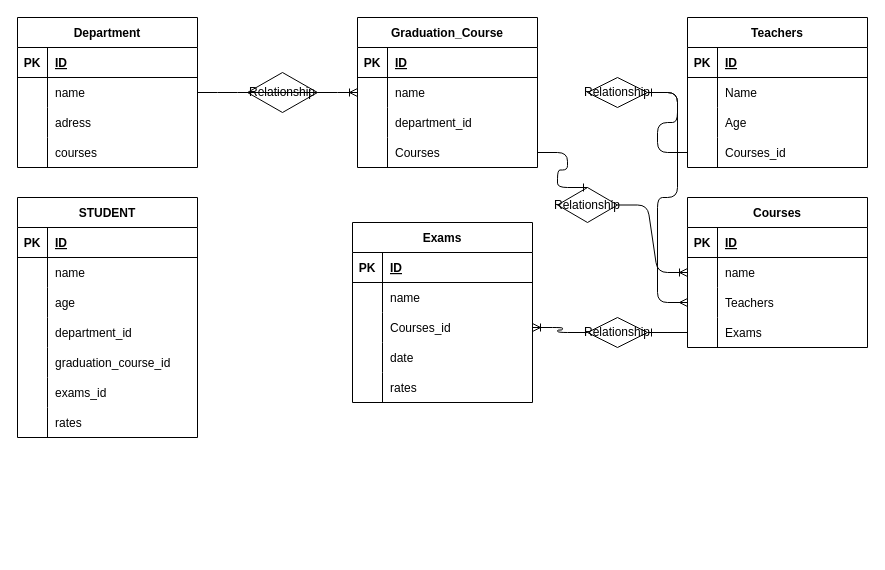
Before: ex.drawio in feffe17/db-university, a draw.io diagram. Source tidied: cells renumbered, new cells numbered last; positions are measured from the earlier drawing's top-left corner, leaving out a move shared by most shapes. Both pictures are drawn from the tidied source at 100%, with x=0, y=0 at pixel (17, 17).
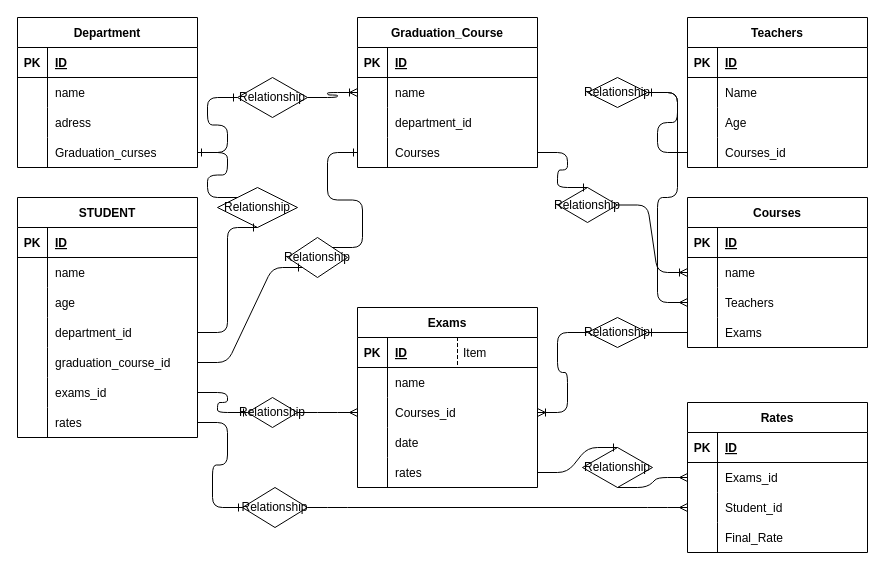
Above is the later version.

Unchanged cells that the change refers to:
```xml
<mxCell id="12" style="shape=tableRow;horizontal=0;startSize=0;swimlaneHead=0;swimlaneBody=0;fillColor=none;points=[[0,0.5],[1,0.5]];portConstraint=eastwest;top=0;left=0;right=0;bottom=0;" parent="2" vertex="1">
  <mxGeometry y="120" width="180" height="30" as="geometry" />
</mxCell>
<mxCell id="15" style="shape=tableRow;horizontal=0;startSize=0;swimlaneHead=0;swimlaneBody=0;fillColor=none;points=[[0,0.5],[1,0.5]];portConstraint=eastwest;top=0;left=0;right=0;bottom=0;" parent="2" vertex="1">
  <mxGeometry y="150" width="180" height="30" as="geometry" />
</mxCell>
<mxCell id="18" style="shape=tableRow;horizontal=0;startSize=0;swimlaneHead=0;swimlaneBody=0;fillColor=none;points=[[0,0.5],[1,0.5]];portConstraint=eastwest;top=0;left=0;right=0;bottom=0;" parent="2" vertex="1">
  <mxGeometry y="180" width="180" height="30" as="geometry" />
</mxCell>
<mxCell id="21" style="shape=tableRow;horizontal=0;startSize=0;swimlaneHead=0;swimlaneBody=0;fillColor=none;points=[[0,0.5],[1,0.5]];portConstraint=eastwest;top=0;left=0;right=0;bottom=0;" parent="2" vertex="1">
  <mxGeometry y="210" width="180" height="30" as="geometry" />
</mxCell>
<mxCell id="28" style="shape=tableRow;horizontal=0;startSize=0;swimlaneHead=0;swimlaneBody=0;fillColor=none;points=[[0,0.5],[1,0.5]];portConstraint=eastwest;top=0;left=0;right=0;bottom=0;" parent="24" vertex="1">
  <mxGeometry y="60" width="180" height="30" as="geometry" />
</mxCell>
<mxCell id="34" style="shape=tableRow;horizontal=0;startSize=0;swimlaneHead=0;swimlaneBody=0;fillColor=none;points=[[0,0.5],[1,0.5]];portConstraint=eastwest;top=0;left=0;right=0;bottom=0;" parent="24" vertex="1">
  <mxGeometry y="120" width="180" height="30" as="geometry" />
</mxCell>
<mxCell id="41" style="shape=tableRow;horizontal=0;startSize=0;swimlaneHead=0;swimlaneBody=0;fillColor=none;points=[[0,0.5],[1,0.5]];portConstraint=eastwest;top=0;left=0;right=0;bottom=0;" parent="37" vertex="1">
  <mxGeometry y="60" width="180" height="30" as="geometry" />
</mxCell>
<mxCell id="47" style="shape=tableRow;horizontal=0;startSize=0;swimlaneHead=0;swimlaneBody=0;fillColor=none;points=[[0,0.5],[1,0.5]];portConstraint=eastwest;top=0;left=0;right=0;bottom=0;" parent="37" vertex="1">
  <mxGeometry y="120" width="180" height="30" as="geometry" />
</mxCell>
<mxCell id="91" style="shape=tableRow;horizontal=0;startSize=0;swimlaneHead=0;swimlaneBody=0;fillColor=none;points=[[0,0.5],[1,0.5]];portConstraint=eastwest;top=0;left=0;right=0;bottom=0;" parent="84" vertex="1">
  <mxGeometry y="90" width="180" height="30" as="geometry" />
</mxCell>
<mxCell id="97" style="shape=tableRow;horizontal=0;startSize=0;swimlaneHead=0;swimlaneBody=0;fillColor=none;points=[[0,0.5],[1,0.5]];portConstraint=eastwest;top=0;left=0;right=0;bottom=0;" parent="84" vertex="1">
  <mxGeometry y="150" width="180" height="30" as="geometry" />
</mxCell>
```

What changed in the source:
```diff
@@
-    <mxCell id="36" value="courses" style="shape=partialRectangle;fillColor=none;top=0;left=0;bottom=0;right=0;align=left;spacingLeft=6;overflow=hidden;" parent="34" vertex="1">
+    <mxCell id="36" value="Graduation_curses" style="shape=partialRectangle;fillColor=none;top=0;left=0;bottom=0;right=0;align=left;spacingLeft=6;overflow=hidden;" parent="34" vertex="1">
       <mxGeometry x="30" width="150" height="30" as="geometry" />
     </mxCell>
@@
     <mxCell id="50" value="Relationship" style="shape=rhombus;perimeter=rhombusPerimeter;whiteSpace=wrap;html=1;align=center;" parent="1" vertex="1">
-      <mxGeometry x="230" y="55" width="70" height="40" as="geometry" />
+      <mxGeometry x="220" y="60" width="70" height="40" as="geometry" />
     </mxCell>
-    <mxCell id="51" style="edgeStyle=entityRelationEdgeStyle;fontSize=12;html=1;endArrow=ERoneToMany;exitX=1;exitY=0.5;exitDx=0;exitDy=0;entryX=0;entryY=0.5;entryDx=0;entryDy=0;" parent="1" edge="1" source="28" target="41">
+    <mxCell id="51" style="edgeStyle=entityRelationEdgeStyle;fontSize=12;html=1;endArrow=ERoneToMany;exitX=1;exitY=0.5;exitDx=0;exitDy=0;entryX=0;entryY=0.5;entryDx=0;entryDy=0;" parent="1" edge="1" source="50" target="41">
       <mxGeometry relative="1" as="geometry" />
     </mxCell>
@@
     <mxCell id="84" value="Exams" style="shape=table;startSize=30;childLayout=tableLayout;rowLines=0;fontStyle=1;align=center;" parent="1" vertex="1">
-      <mxGeometry x="335" y="205" width="180" height="180" as="geometry" />
+      <mxGeometry x="340" y="290" width="180" height="180" as="geometry" />
     </mxCell>
@@
+    <mxCell id="103" value="Relationship" style="shape=rhombus;perimeter=rhombusPerimeter;whiteSpace=wrap;html=1;align=center;" parent="1" vertex="1">
+      <mxGeometry x="230" y="380" width="50" height="30" as="geometry" />
+    </mxCell>
+    <mxCell id="104" style="edgeStyle=entityRelationEdgeStyle;fontSize=12;html=1;endArrow=ERone;endFill=1;exitX=1;exitY=0.5;exitDx=0;exitDy=0;" parent="1" edge="1" source="18" target="103">
+      <mxGeometry relative="1" as="geometry" />
+    </mxCell>
+    <mxCell id="105" style="edgeStyle=entityRelationEdgeStyle;fontSize=12;html=1;endArrow=ERmany;exitX=1;exitY=0.5;exitDx=0;exitDy=0;entryX=0;entryY=0.5;entryDx=0;entryDy=0;" parent="1" edge="1" source="103" target="91">
+      <mxGeometry relative="1" as="geometry" />
+    </mxCell>
+    <mxCell id="106" value="Rates" style="shape=table;startSize=30;childLayout=tableLayout;rowLines=0;fontStyle=1;align=center;" parent="1" vertex="1">
+      <mxGeometry x="670" y="385" width="180" height="150" as="geometry" />
+    </mxCell>
+    <mxCell id="107" style="shape=tableRow;horizontal=0;startSize=0;swimlaneHead=0;swimlaneBody=0;fillColor=none;top=0;left=0;right=0;bottom=1;" parent="106" vertex="1">
+      <mxGeometry y="30" width="180" height="30" as="geometry" />
+    </mxCell>
+    <mxCell id="108" value="PK" style="shape=partialRectangle;fillColor=none;top=0;left=0;bottom=0;right=0;fontStyle=1;overflow=hidden;" parent="107" vertex="1">
+      <mxGeometry width="30" height="30" as="geometry" />
+    </mxCell>
+    <mxCell id="109" value="ID" style="shape=partialRectangle;fillColor=none;top=0;left=0;bottom=0;right=0;align=left;spacingLeft=6;fontStyle=5;overflow=hidden;" parent="107" vertex="1">
+      <mxGeometry x="30" width="150" height="30" as="geometry" />
+    </mxCell>
+    <mxCell id="110" style="shape=tableRow;horizontal=0;startSize=0;swimlaneHead=0;swimlaneBody=0;fillColor=none;points=[[0,0.5],[1,0.5]];portConstraint=eastwest;top=0;left=0;right=0;bottom=0;" parent="106" vertex="1">
+      <mxGeometry y="60" width="180" height="30" as="geometry" />
+    </mxCell>
+    <mxCell id="111" style="shape=partialRectangle;fillColor=none;top=0;left=0;bottom=0;right=0;overflow=hidden;" parent="110" vertex="1">
+      <mxGeometry width="30" height="30" as="geometry" />
+    </mxCell>
+    <mxCell id="112" value="Exams_id" style="shape=partialRectangle;fillColor=none;top=0;left=0;bottom=0;right=0;align=left;spacingLeft=6;overflow=hidden;" parent="110" vertex="1">
+      <mxGeometry x="30" width="150" height="30" as="geometry" />
+    </mxCell>
+    <mxCell id="113" style="shape=tableRow;horizontal=0;startSize=0;swimlaneHead=0;swimlaneBody=0;fillColor=none;points=[[0,0.5],[1,0.5]];portConstraint=eastwest;top=0;left=0;right=0;bottom=0;" parent="106" vertex="1">
+      <mxGeometry y="90" width="180" height="30" as="geometry" />
+    </mxCell>
+    <mxCell id="114" style="shape=partialRectangle;fillColor=none;top=0;left=0;bottom=0;right=0;overflow=hidden;" parent="113" vertex="1">
+      <mxGeometry width="30" height="30" as="geometry" />
+    </mxCell>
+    <mxCell id="115" value="Student_id" style="shape=partialRectangle;fillColor=none;top=0;left=0;bottom=0;right=0;align=left;spacingLeft=6;overflow=hidden;" parent="113" vertex="1">
+      <mxGeometry x="30" width="150" height="30" as="geometry" />
+    </mxCell>
+    <mxCell id="116" style="shape=tableRow;horizontal=0;startSize=0;swimlaneHead=0;swimlaneBody=0;fillColor=none;top=0;left=0;right=0;bottom=0;" parent="106" vertex="1">
+      <mxGeometry y="120" width="180" height="30" as="geometry" />
+    </mxCell>
+    <mxCell id="117" style="shape=partialRectangle;fillColor=none;top=0;left=0;bottom=0;right=0;overflow=hidden;" parent="116" vertex="1">
+      <mxGeometry width="30" height="30" as="geometry" />
+    </mxCell>
+    <mxCell id="118" value="Final_Rate" style="shape=partialRectangle;fillColor=none;top=0;left=0;bottom=0;right=0;align=left;spacingLeft=6;overflow=hidden;" parent="116" vertex="1">
+      <mxGeometry x="30" width="150" height="30" as="geometry" />
+    </mxCell>
+    <mxCell id="119" value="Relationship" style="shape=rhombus;perimeter=rhombusPerimeter;whiteSpace=wrap;html=1;align=center;" parent="1" vertex="1">
+      <mxGeometry x="565" y="430" width="70" height="40" as="geometry" />
+    </mxCell>
+    <mxCell id="120" style="edgeStyle=entityRelationEdgeStyle;fontSize=12;html=1;endArrow=ERone;endFill=1;exitX=1;exitY=0.5;exitDx=0;exitDy=0;entryX=0.5;entryY=0;entryDx=0;entryDy=0;" parent="1" edge="1" source="97" target="119">
+      <mxGeometry relative="1" as="geometry" />
+    </mxCell>
+    <mxCell id="121" style="edgeStyle=entityRelationEdgeStyle;fontSize=12;html=1;endArrow=ERmany;exitX=0.5;exitY=1;exitDx=0;exitDy=0;entryX=0;entryY=0.5;entryDx=0;entryDy=0;" parent="1" edge="1" source="119" target="110">
+      <mxGeometry relative="1" as="geometry" />
+    </mxCell>
+    <mxCell id="122" value="Relationship" style="shape=rhombus;perimeter=rhombusPerimeter;whiteSpace=wrap;html=1;align=center;" parent="1" vertex="1">
+      <mxGeometry x="225" y="470" width="65" height="40" as="geometry" />
+    </mxCell>
+    <mxCell id="123" style="edgeStyle=entityRelationEdgeStyle;fontSize=12;html=1;endArrow=ERone;endFill=1;exitX=1;exitY=0.5;exitDx=0;exitDy=0;entryX=0;entryY=0.5;entryDx=0;entryDy=0;" parent="1" edge="1" source="21" target="122">
+      <mxGeometry relative="1" as="geometry" />
+    </mxCell>
+    <mxCell id="124" style="edgeStyle=entityRelationEdgeStyle;fontSize=12;html=1;endArrow=ERmany;entryX=0;entryY=0.5;entryDx=0;entryDy=0;" parent="1" edge="1" source="122" target="113">
+      <mxGeometry relative="1" as="geometry" />
+    </mxCell>
+    <mxCell id="125" style="edgeStyle=entityRelationEdgeStyle;fontSize=12;html=1;endArrow=ERone;endFill=1;exitX=1;exitY=0.5;exitDx=0;exitDy=0;entryX=0;entryY=0.5;entryDx=0;entryDy=0;" parent="1" edge="1" source="34" target="50">
+      <mxGeometry relative="1" as="geometry" />
+    </mxCell>
+    <mxCell id="126" value="Relationship" style="shape=rhombus;perimeter=rhombusPerimeter;whiteSpace=wrap;html=1;align=center;" parent="1" vertex="1">
+      <mxGeometry x="200" y="170" width="80" height="40" as="geometry" />
+    </mxCell>
+    <mxCell id="127" style="edgeStyle=entityRelationEdgeStyle;fontSize=12;html=1;endArrow=ERone;endFill=1;exitX=1;exitY=0.5;exitDx=0;exitDy=0;entryX=0.5;entryY=1;entryDx=0;entryDy=0;" parent="1" edge="1" source="12" target="126">
+      <mxGeometry relative="1" as="geometry" />
+    </mxCell>
+    <mxCell id="128" style="edgeStyle=entityRelationEdgeStyle;fontSize=12;html=1;endArrow=ERone;endFill=1;exitX=0;exitY=0;exitDx=0;exitDy=0;entryX=1;entryY=0.5;entryDx=0;entryDy=0;" parent="1" edge="1" source="126" target="34">
+      <mxGeometry relative="1" as="geometry" />
+    </mxCell>
+    <mxCell id="129" value="Relationship" style="shape=rhombus;perimeter=rhombusPerimeter;whiteSpace=wrap;html=1;align=center;" parent="1" vertex="1">
+      <mxGeometry x="270" y="220" width="60" height="40" as="geometry" />
+    </mxCell>
+    <mxCell id="130" style="edgeStyle=entityRelationEdgeStyle;fontSize=12;html=1;endArrow=ERone;endFill=1;exitX=1;exitY=0.5;exitDx=0;exitDy=0;entryX=0;entryY=1;entryDx=0;entryDy=0;" parent="1" edge="1" source="15" target="129">
+      <mxGeometry relative="1" as="geometry" />
+    </mxCell>
+    <mxCell id="131" style="edgeStyle=entityRelationEdgeStyle;fontSize=12;html=1;endArrow=ERone;endFill=1;exitX=1;exitY=0;exitDx=0;exitDy=0;entryX=0;entryY=0.5;entryDx=0;entryDy=0;" parent="1" edge="1" source="129" target="47">
+      <mxGeometry relative="1" as="geometry" />
+    </mxCell>
+    <mxCell id="132" value="Item" style="shape=partialRectangle;fillColor=none;align=left;verticalAlign=middle;strokeColor=none;spacingLeft=34;" parent="1" vertex="1">
+      <mxGeometry x="410" y="320" width="90" height="30" as="geometry" />
+    </mxCell>
+    <mxCell id="133" style="shape=partialRectangle;top=0;left=0;bottom=0;fillColor=none;stokeWidth=1;dashed=1;align=left;verticalAlign=middle;spacingLeft=4;spacingRight=4;overflow=hidden;" parent="132" vertex="1">
+      <mxGeometry width="30" height="30" as="geometry" />
+    </mxCell>
```
